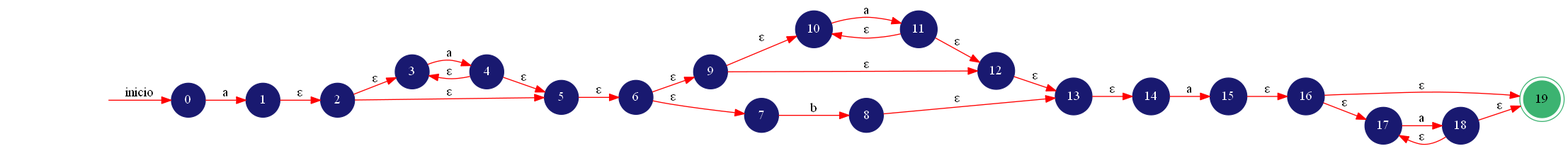
Above: create-afn-afd/src/Imagenes/AFDN.png in Serch-ING/create-afn-afd (Graphviz), before the change. Its source is kept beside it as create-afn-afd/src/Imagenes/AFDN.dot. Its diagram source:
```dot
digraph AUTOMATA{
	rankdir=LR;
	node [shape=doublecircle, style = filled,color = mediumseagreen]; 19;
	node [shape=circle];
	node [color=midnightblue,fontcolor=white];
	edge [color=red];
	secret_node [style=invis];
	secret_node -> 0 [label="inicio"];
	0 -> 1 [label="a"];
	1 -> 2 [label="ε"];
	2 -> 3 [label="ε"];
	2 -> 5 [label="ε"];
	3 -> 4 [label="a"];
	4 -> 3 [label="ε"];
	4 -> 5 [label="ε"];
	5 -> 6 [label="ε"];
	6 -> 9 [label="ε"];
	6 -> 7 [label="ε"];
	7 -> 8 [label="b"];
	8 -> 13 [label="ε"];
	9 -> 10 [label="ε"];
	9 -> 12 [label="ε"];
	10 -> 11 [label="a"];
	11 -> 10 [label="ε"];
	11 -> 12 [label="ε"];
	12 -> 13 [label="ε"];
	13 -> 14 [label="ε"];
	14 -> 15 [label="a"];
	15 -> 16 [label="ε"];
	16 -> 17 [label="ε"];
	16 -> 19 [label="ε"];
	17 -> 18 [label="a"];
	18 -> 17 [label="ε"];
	18 -> 19 [label="ε"];
}
```
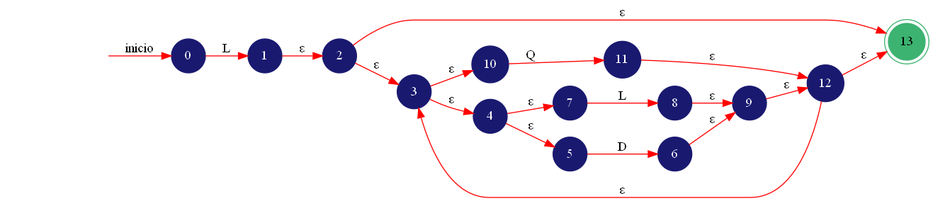
After the change.

Diff of the diagram source:
```diff
@@ -1,35 +1,26 @@
 digraph AUTOMATA{
 	rankdir=LR;
-	node [shape=doublecircle, style = filled,color = mediumseagreen]; 19;
+	node [shape=doublecircle, style = filled,color = mediumseagreen]; 13;
 	node [shape=circle];
 	node [color=midnightblue,fontcolor=white];
 	edge [color=red];
 	secret_node [style=invis];
 	secret_node -> 0 [label="inicio"];
-	0 -> 1 [label="a"];
+	0 -> 1 [label="L"];
 	1 -> 2 [label="ε"];
 	2 -> 3 [label="ε"];
-	2 -> 5 [label="ε"];
-	3 -> 4 [label="a"];
-	4 -> 3 [label="ε"];
+	2 -> 13 [label="ε"];
+	3 -> 10 [label="ε"];
+	3 -> 4 [label="ε"];
+	4 -> 7 [label="ε"];
 	4 -> 5 [label="ε"];
-	5 -> 6 [label="ε"];
+	5 -> 6 [label="D"];
 	6 -> 9 [label="ε"];
-	6 -> 7 [label="ε"];
-	7 -> 8 [label="b"];
-	8 -> 13 [label="ε"];
-	9 -> 10 [label="ε"];
+	7 -> 8 [label="L"];
+	8 -> 9 [label="ε"];
 	9 -> 12 [label="ε"];
-	10 -> 11 [label="a"];
-	11 -> 10 [label="ε"];
+	10 -> 11 [label="Q"];
 	11 -> 12 [label="ε"];
+	12 -> 3 [label="ε"];
 	12 -> 13 [label="ε"];
-	13 -> 14 [label="ε"];
-	14 -> 15 [label="a"];
-	15 -> 16 [label="ε"];
-	16 -> 17 [label="ε"];
-	16 -> 19 [label="ε"];
-	17 -> 18 [label="a"];
-	18 -> 17 [label="ε"];
-	18 -> 19 [label="ε"];
 }
```
